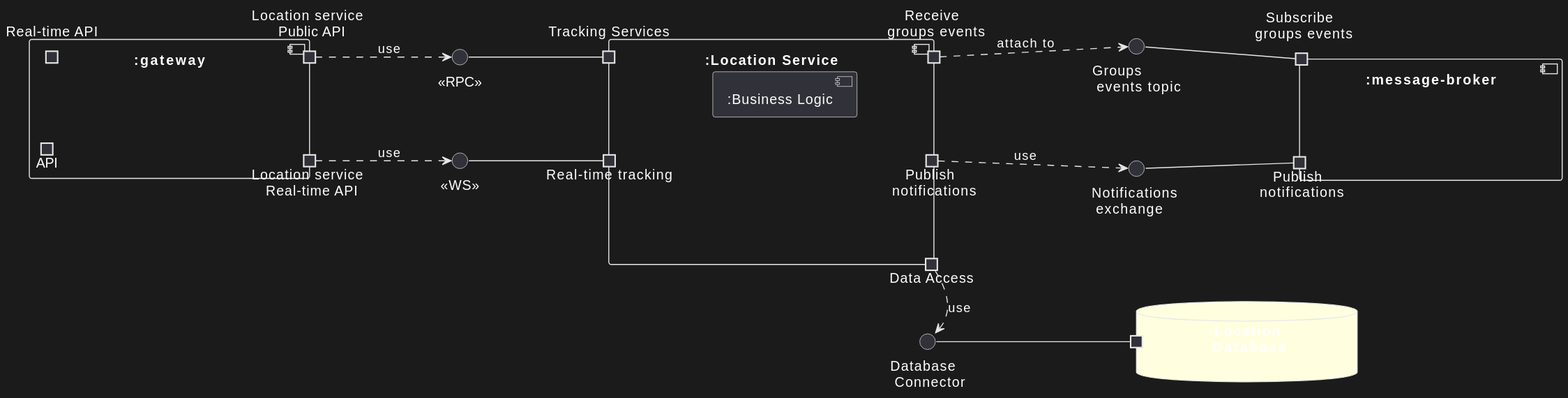
Earlier version of the PlantUML export res/architecture-cc-location-dark.svg (position-pal/position-pal.github.io).
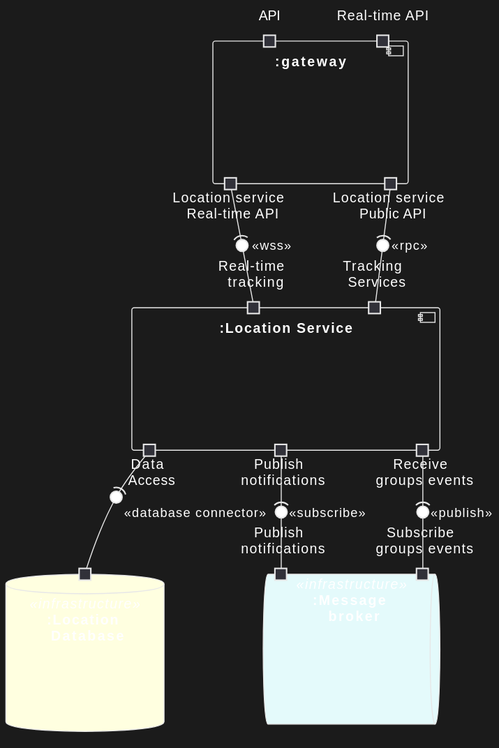
The same file after the commit.

Diff of the diagram source:
```diff
@@ -1,47 +1,35 @@
 @startuml
-left to right direction
 skinparam component {
     BackgroundColor<<external>> White
-    BackgroundColor<<executable>> #ccffcc
+    BackgroundColor<<executable>> #e3f6e3
     BackgroundColor<<test>> cyan
 }
 skinparam DatabaseBackgroundColor LightYellow
+skinparam QueueBackgroundColor #e4fafb
 skinparam NodeBackgroundColor White
-interface "Notifications \n exchange" as NOTIF_EXCH
-interface "Groups \n events topic" as GRPS_TOPIC
-component ":message-broker" {
-    portin "Publish \n notifications" as MB_PUB_NOTIF
-    portin "Subscribe \n groups events" as MB_SUB_GRPS
-    NOTIF_EXCH -- MB_PUB_NOTIF
-    GRPS_TOPIC -- MB_SUB_GRPS
-}
-
-interface "<<WS>>" as GATEWAY_WS_LOC
-interface "<<RPC>>" as GATEWAY_RPC_LOC
 component ":gateway" {
     portin "API" as GATEWAY_API
     portin "Real-time API" as GATEWAY_REALTIME
     portout "Location service \n Real-time API" as GATEWAY_LOC_REALTIME
     portout "Location service \n Public API" as GATEWAY_LOC_API
-    GATEWAY_LOC_REALTIME ..> GATEWAY_WS_LOC : use
-    GATEWAY_LOC_API ..> GATEWAY_RPC_LOC : use
 }
-interface "Database \n Connector" as LOC_DB_CONN
 component ":Location Service" {
-    portin "Real-time tracking" as LOC_REALTIME
-    portin "Tracking Services" as LOC_TRACK
-    GATEWAY_WS_LOC -- LOC_REALTIME
-    GATEWAY_RPC_LOC -- LOC_TRACK
-    portout "Data Access" as LOC_DA
+    portin "Real-time \n tracking" as LOC_REALTIME
+    portin "Tracking \n Services" as LOC_TRACK
+    portout "Data \n Access" as LOC_DA
     portout "Publish \n notifications" as LOC_PUB
     portout "Receive \n groups events" as LOC_SUB
-    LOC_DA .left.> LOC_DB_CONN : use
-    LOC_PUB ..> NOTIF_EXCH : use
-    LOC_SUB ..> GRPS_TOPIC : attach to
-    component ":Business Logic"
 }
-database ":Location \n Database" as LOC_DB {
+GATEWAY_LOC_REALTIME -(0- LOC_REALTIME : <<wss>>
+GATEWAY_LOC_API -(0- LOC_TRACK : <<rpc>>
+database ":Location \n Database" as LOC_DB <<infrastructure>> {
     portin " " as LOC_DB_DA
-    LOC_DB_CONN -- LOC_DB_DA
 }
+LOC_DA -(0- LOC_DB_DA : <<database connector>>
+queue ":Message \n broker" <<infrastructure>> {
+    portin "Publish \n notifications" as MB_PUB_NOTIF
+    portin "Subscribe \n groups events" as MB_SUB_GRPS
+}
+LOC_PUB -(0- MB_PUB_NOTIF : <<subscribe>>
+LOC_SUB -(0- MB_SUB_GRPS : <<publish>>
 @enduml
```
